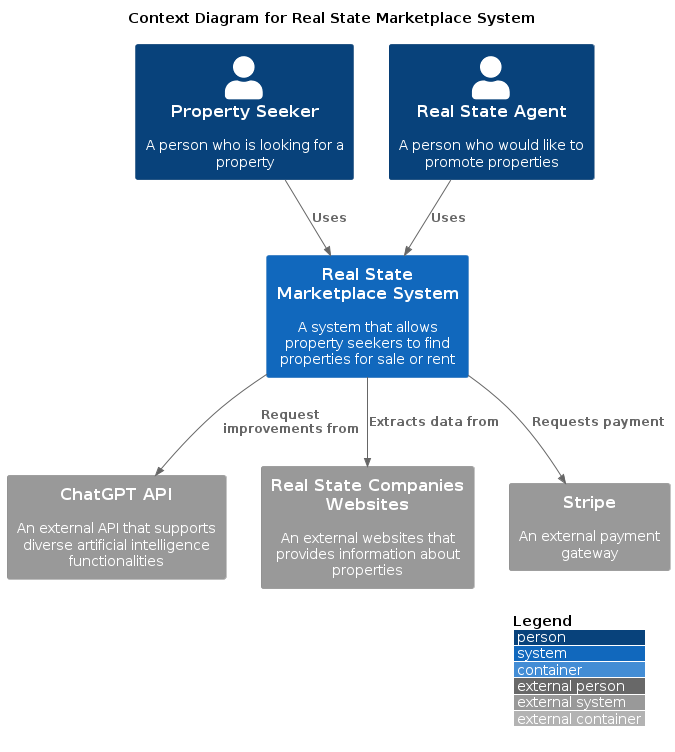
Above: docs/diagrams/01-ContextDiagram.png in jtsato/properties-api-netcore (PlantUML), before the change.
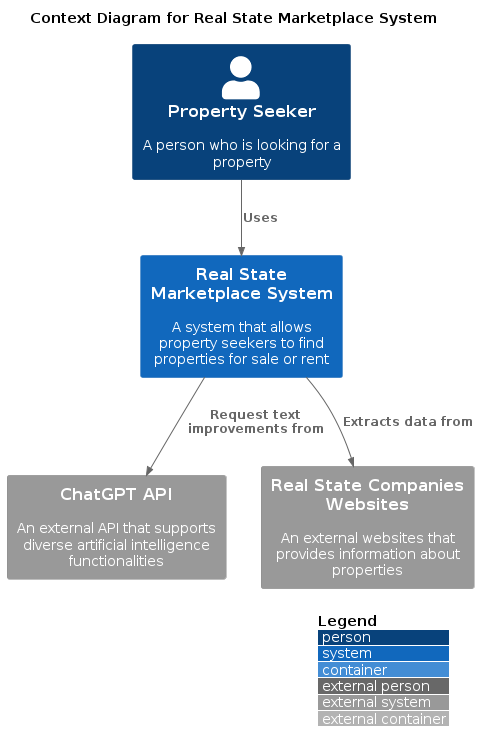
The same file after the commit.

What changed in the source:
```diff
@@ -5,18 +5,14 @@
 title "Context Diagram for Real State Marketplace System"
 
 Person(seeker, "Property Seeker", "A person who is looking for a property")
-Person(agent, "Real State Agent", "A person who would like to promote properties")
 
 System(realState, "Real State Marketplace System", "A system that allows property seekers to find properties for sale or rent")
 System_Ext(chatGpt, "ChatGPT API", "An external API that supports diverse artificial intelligence functionalities")
 System_Ext(websites, "Real State Companies Websites", "An external websites that provides information about properties")
-System_Ext(stripe, "Stripe", "An external payment gateway")
 
 Rel(seeker, realState, "Uses")
-Rel(agent, realState, "Uses")
-Rel(realState, chatGpt, "Request improvements from")
+Rel(realState, chatGpt, "Request text improvements from")
 Rel(realState, websites, "Extracts data from")
-Rel(realState, stripe, "Requests payment")
 
 LAYOUT_WITH_LEGEND()
 
```
